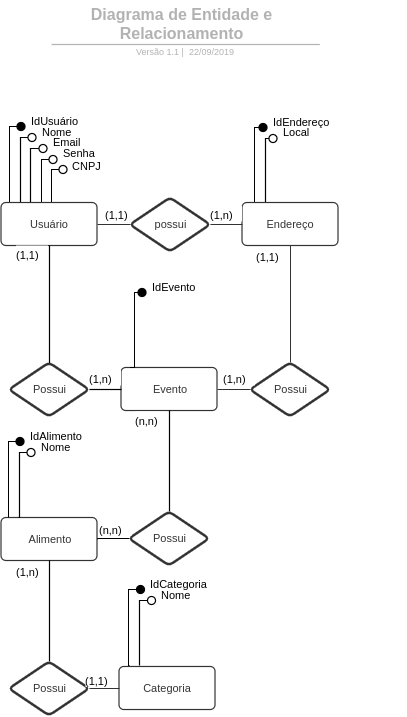
The draw.io diagram docs/images/DER.png in fga-eps-mds/2019.2-FoodCare, before a commit. Source tidied: cells renumbered, new cells last; positions are measured from the earlier drawing's top-left corner, leaving out a move shared by most shapes.
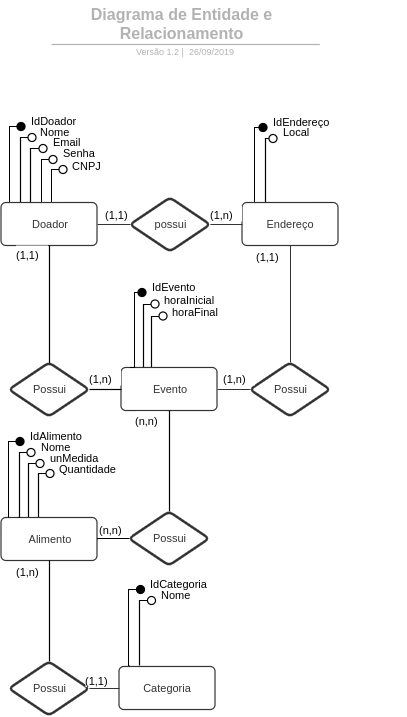
After the commit.

Commit message:
Adiciona v2 do DER

Change to the diagram source:
```diff
@@ -2,6 +2,22 @@
   <root>
     <mxCell id="0" />
     <mxCell id="1" parent="0" />
+    <mxCell id="72" style="html=1;jettySize=18;fontSize=11;strokeWidth=1.2;rounded=1;arcSize=0;edgeStyle=orthogonalEdgeStyle;startArrow=none;endArrow=none;exitX=0.1893355952099498;exitY=-0.01400277318614865;exitPerimeter=1;entryX=-0.07494300617068816;entryY=0.5;entryPerimeter=1;" parent="1" edge="1" target="80">
+      <mxGeometry relative="1" as="geometry">
+        <mxPoint x="26.7" y="528" as="sourcePoint" />
+        <Array as="points">
+          <mxPoint x="26.5" y="463" />
+        </Array>
+      </mxGeometry>
+    </mxCell>
+    <mxCell id="73" style="html=1;jettySize=18;fontSize=11;strokeWidth=1.2;rounded=1;arcSize=0;edgeStyle=orthogonalEdgeStyle;startArrow=none;endArrow=none;exitX=0.1893355952099498;exitY=-0.01400277318614865;exitPerimeter=1;entryX=-0.07494300617068816;entryY=0.5;entryPerimeter=1;" parent="1" edge="1" target="82">
+      <mxGeometry relative="1" as="geometry">
+        <mxPoint x="37" y="538.3" as="sourcePoint" />
+        <Array as="points">
+          <mxPoint x="36.5" y="473" />
+        </Array>
+      </mxGeometry>
+    </mxCell>
     <mxCell id="2" style="html=1;jettySize=18;fontSize=11;strokeWidth=1.2;rounded=1;arcSize=0;edgeStyle=orthogonalEdgeStyle;startArrow=none;endArrow=none;exitX=0.41356356287256324;exitY=-0.01400277318614865;exitPerimeter=1;entryX=-0.07494300617068816;entryY=0.5;entryPerimeter=1;" parent="1" edge="1">
       <mxGeometry relative="1" as="geometry">
         <mxPoint x="49" y="212" as="sourcePoint" />
@@ -57,11 +73,11 @@
     <mxCell id="12" style="html=1;whiteSpace=wrap;ellipse;fontSize=11;spacing=5;strokeOpacity=100;strokeWidth=1.2;" parent="1" vertex="1">
       <mxGeometry x="47.5" y="155" width="8" height="8" as="geometry" />
     </mxCell>
-    <mxCell id="13" value="IdUsuário" style="html=1;whiteSpace=wrap;fontSize=11;fontColor=#000000;align=left;spacing=5;verticalAlign=bottom;strokeOpacity=0;fillOpacity=0;fillColor=#ffffff;strokeWidth=1.2;" parent="1" vertex="1">
+    <mxCell id="13" value="IdDoador" style="html=1;whiteSpace=wrap;fontSize=11;fontColor=#000000;align=left;spacing=5;verticalAlign=bottom;strokeOpacity=0;fillOpacity=0;fillColor=#ffffff;strokeWidth=1.2;" parent="1" vertex="1">
       <mxGeometry x="23.5" y="101" width="129" height="32" as="geometry" />
     </mxCell>
     <mxCell id="14" value="Nome" style="html=1;whiteSpace=wrap;fontSize=11;fontColor=#000000;align=left;spacing=5;verticalAlign=bottom;strokeOpacity=0;fillOpacity=0;fillColor=#ffffff;strokeWidth=1.2;" parent="1" vertex="1">
-      <mxGeometry x="34.5" y="112" width="129" height="32" as="geometry" />
+      <mxGeometry x="33" y="111" width="131" height="33" as="geometry" />
     </mxCell>
     <mxCell id="15" value="Email" style="html=1;whiteSpace=wrap;fontSize=11;fontColor=#000000;align=left;spacing=5;verticalAlign=bottom;strokeOpacity=0;fillOpacity=0;fillColor=#ffffff;strokeWidth=1.2;" parent="1" vertex="1">
       <mxGeometry x="45.5" y="122" width="129" height="32" as="geometry" />
@@ -88,6 +104,22 @@
     <mxCell id="21" style="group;" parent="1" vertex="1">
       <mxGeometry x="-0.5" y="197" width="337" height="518" as="geometry" />
     </mxCell>
+    <mxCell id="74" style="html=1;jettySize=18;fontSize=11;strokeWidth=1.2;rounded=1;arcSize=0;edgeStyle=orthogonalEdgeStyle;startArrow=none;endArrow=none;exitX=0.1893355952099498;exitY=-0.01400277318614865;exitPerimeter=1;entryX=-0.07494300617068816;entryY=0.5;entryPerimeter=1;" parent="21" edge="1" target="76">
+      <mxGeometry relative="1" as="geometry">
+        <mxPoint x="142.5" y="171.8" as="sourcePoint" />
+        <Array as="points">
+          <mxPoint x="142" y="106.5" />
+        </Array>
+      </mxGeometry>
+    </mxCell>
+    <mxCell id="75" style="html=1;jettySize=18;fontSize=11;strokeWidth=1.2;rounded=1;arcSize=0;edgeStyle=orthogonalEdgeStyle;startArrow=none;endArrow=none;exitX=0.1893355952099498;exitY=-0.01400277318614865;exitPerimeter=1;entryX=-0.07494300617068816;entryY=0.5;entryPerimeter=1;" parent="21" edge="1" target="78">
+      <mxGeometry relative="1" as="geometry">
+        <mxPoint x="150.5" y="183.8" as="sourcePoint" />
+        <Array as="points">
+          <mxPoint x="150" y="118.5" />
+        </Array>
+      </mxGeometry>
+    </mxCell>
     <mxCell id="22" value="(1,1)" style="html=1;whiteSpace=wrap;fontSize=11;fontColor=#000000;align=left;spacing=0;verticalAlign=bottom;fillColor=#ffffff;strokeWidth=1.2;strokeColor=none;" parent="21" vertex="1">
       <mxGeometry x="104" y="8" width="32" height="16" as="geometry" />
     </mxCell>
@@ -115,7 +147,7 @@
     <mxCell id="30" style="html=1;jettySize=18;fontSize=11;strokeColor=#333333;strokeOpacity=100;strokeWidth=0.6;rounded=1;arcSize=0;edgeStyle=orthogonalEdgeStyle;startArrow=none;endArrow=none;exitX=0.014743541962422389;exitY=0.5;exitPerimeter=1;entryX=1.0062234549112143;entryY=0.5;entryPerimeter=1;" parent="21" edge="1" source="25" target="26">
       <mxGeometry relative="1" as="geometry" />
     </mxCell>
-    <mxCell id="31" value="Usuário" style="html=1;whiteSpace=wrap;fontSize=11;fontColor=#333333;spacing=5;strokeColor=#333333;strokeOpacity=100;fillOpacity=100;rounded=1;absoluteArcSize=1;arcSize=9.6;fillColor=#ffffff;strokeWidth=1.2;" parent="21" vertex="1">
+    <mxCell id="31" value="Doador" style="html=1;whiteSpace=wrap;fontSize=11;fontColor=#333333;spacing=5;strokeColor=#333333;strokeOpacity=100;fillOpacity=100;rounded=1;absoluteArcSize=1;arcSize=9.6;fillColor=#ffffff;strokeWidth=1.2;" parent="21" vertex="1">
       <mxGeometry y="5" width="96" height="43" as="geometry" />
     </mxCell>
     <mxCell id="32" value="(1,n)" style="html=1;whiteSpace=wrap;fontSize=11;fontColor=#000000;align=left;spacing=0;verticalAlign=bottom;fillColor=#ffffff;strokeWidth=1.2;strokeColor=none;" parent="21" vertex="1">
@@ -245,13 +277,25 @@
     <mxCell id="66" value="Nome" style="html=1;whiteSpace=wrap;fontSize=11;fontColor=#000000;align=left;spacing=5;verticalAlign=bottom;strokeOpacity=0;fillOpacity=0;fillColor=#ffffff;strokeWidth=1.2;" parent="21" vertex="1">
       <mxGeometry x="154.5" y="378" width="129" height="32" as="geometry" />
     </mxCell>
+    <mxCell id="76" style="html=1;whiteSpace=wrap;ellipse;fontSize=11;spacing=5;strokeOpacity=100;strokeWidth=1.2;" parent="21" vertex="1">
+      <mxGeometry x="150" y="102.5" width="8" height="8" as="geometry" />
+    </mxCell>
+    <mxCell id="77" value="horaInicial" style="html=1;whiteSpace=wrap;fontSize=11;fontColor=#000000;align=left;spacing=5;verticalAlign=bottom;strokeOpacity=0;fillOpacity=0;fillColor=#ffffff;strokeWidth=1.2;" parent="21" vertex="1">
+      <mxGeometry x="157" y="82.5" width="129" height="32" as="geometry" />
+    </mxCell>
+    <mxCell id="78" style="html=1;whiteSpace=wrap;ellipse;fontSize=11;spacing=5;strokeOpacity=100;strokeWidth=1.2;" parent="21" vertex="1">
+      <mxGeometry x="158" y="114.5" width="8" height="8" as="geometry" />
+    </mxCell>
+    <mxCell id="79" value="horaFinal" style="html=1;whiteSpace=wrap;fontSize=11;fontColor=#000000;align=left;spacing=5;verticalAlign=bottom;strokeOpacity=0;fillOpacity=0;fillColor=#ffffff;strokeWidth=1.2;" parent="21" vertex="1">
+      <mxGeometry x="165" y="94.5" width="129" height="32" as="geometry" />
+    </mxCell>
     <mxCell id="67" value="Diagrama de Entidade e Relacionamento" style="html=1;whiteSpace=wrap;fontSize=16;fontColor=#b2b2b2;fontStyle=1;align=center;spacingLeft=5.628;spacingRight=9.38;spacingTop=2.68;spacing=4;strokeOpacity=0;fillOpacity=0;rounded=1;absoluteArcSize=1;arcSize=9.6;fillColor=#ffffff;strokeWidth=1.2;" parent="1" vertex="1">
       <mxGeometry x="21" width="323" height="44" as="geometry" />
     </mxCell>
     <mxCell id="68" style="html=1;jettySize=18;fontSize=11;strokeColor=#b2b2b2;strokeOpacity=100;strokeWidth=1.2;rounded=1;arcSize=16;startArrow=none;endArrow=none;exitX=0.11699004487890208;exitY=0.9673824779331781;exitPerimeter=1;entryX=0.892957226153803;entryY=0.9673824779331781;entryPerimeter=1;" parent="1" edge="1" source="67" target="67">
       <mxGeometry relative="1" as="geometry" />
     </mxCell>
-    <mxCell id="69" value="Versão 1.1 |&amp;nbsp; 22/09/2019" style="html=1;whiteSpace=wrap;fontSize=9;fontColor=#b2b2b2;align=center;spacingLeft=5.628;spacingRight=9.38;spacingTop=2.68;spacing=4;strokeOpacity=0;fillOpacity=0;rounded=1;absoluteArcSize=1;arcSize=9.6;fillColor=#ffffff;strokeWidth=1.2;" parent="1" vertex="1">
+    <mxCell id="69" value="Versão 1.2 |&amp;nbsp; 26/09/2019" style="html=1;whiteSpace=wrap;fontSize=9;fontColor=#b2b2b2;align=center;spacingLeft=5.628;spacingRight=9.38;spacingTop=2.68;spacing=4;strokeOpacity=0;fillOpacity=0;rounded=1;absoluteArcSize=1;arcSize=9.6;fillColor=#ffffff;strokeWidth=1.2;" parent="1" vertex="1">
       <mxGeometry x="24" y="44" width="324" height="12" as="geometry" />
     </mxCell>
     <mxCell id="70" style="html=1;whiteSpace=wrap;ellipse;fontSize=11;spacing=5;strokeOpacity=100;strokeWidth=1.2;" parent="1" vertex="1">
@@ -260,5 +304,17 @@
     <mxCell id="71" value="CNPJ" style="html=1;whiteSpace=wrap;fontSize=11;fontColor=#000000;align=left;spacing=5;verticalAlign=bottom;strokeOpacity=0;fillOpacity=0;fillColor=#ffffff;strokeWidth=1.2;" parent="1" vertex="1">
       <mxGeometry x="64.5" y="145.5" width="129" height="32" as="geometry" />
     </mxCell>
+    <mxCell id="80" style="html=1;whiteSpace=wrap;ellipse;fontSize=11;spacing=5;strokeOpacity=100;strokeWidth=1.2;" parent="1" vertex="1">
+      <mxGeometry x="34.5" y="459" width="8" height="8" as="geometry" />
+    </mxCell>
+    <mxCell id="81" value="unMedida" style="html=1;whiteSpace=wrap;fontSize=11;fontColor=#000000;align=left;spacing=5;verticalAlign=bottom;strokeOpacity=0;fillOpacity=0;fillColor=#ffffff;strokeWidth=1.2;" parent="1" vertex="1">
+      <mxGeometry x="42.5" y="438" width="129" height="32" as="geometry" />
+    </mxCell>
+    <mxCell id="82" style="html=1;whiteSpace=wrap;ellipse;fontSize=11;spacing=5;strokeOpacity=100;strokeWidth=1.2;" parent="1" vertex="1">
+      <mxGeometry x="44.5" y="469" width="8" height="8" as="geometry" />
+    </mxCell>
+    <mxCell id="83" value="Quantidade" style="html=1;whiteSpace=wrap;fontSize=11;fontColor=#000000;align=left;spacing=5;verticalAlign=bottom;strokeOpacity=0;fillOpacity=0;fillColor=#ffffff;strokeWidth=1.2;" parent="1" vertex="1">
+      <mxGeometry x="51.5" y="449" width="129" height="32" as="geometry" />
+    </mxCell>
   </root>
 </mxGraphModel>
```
